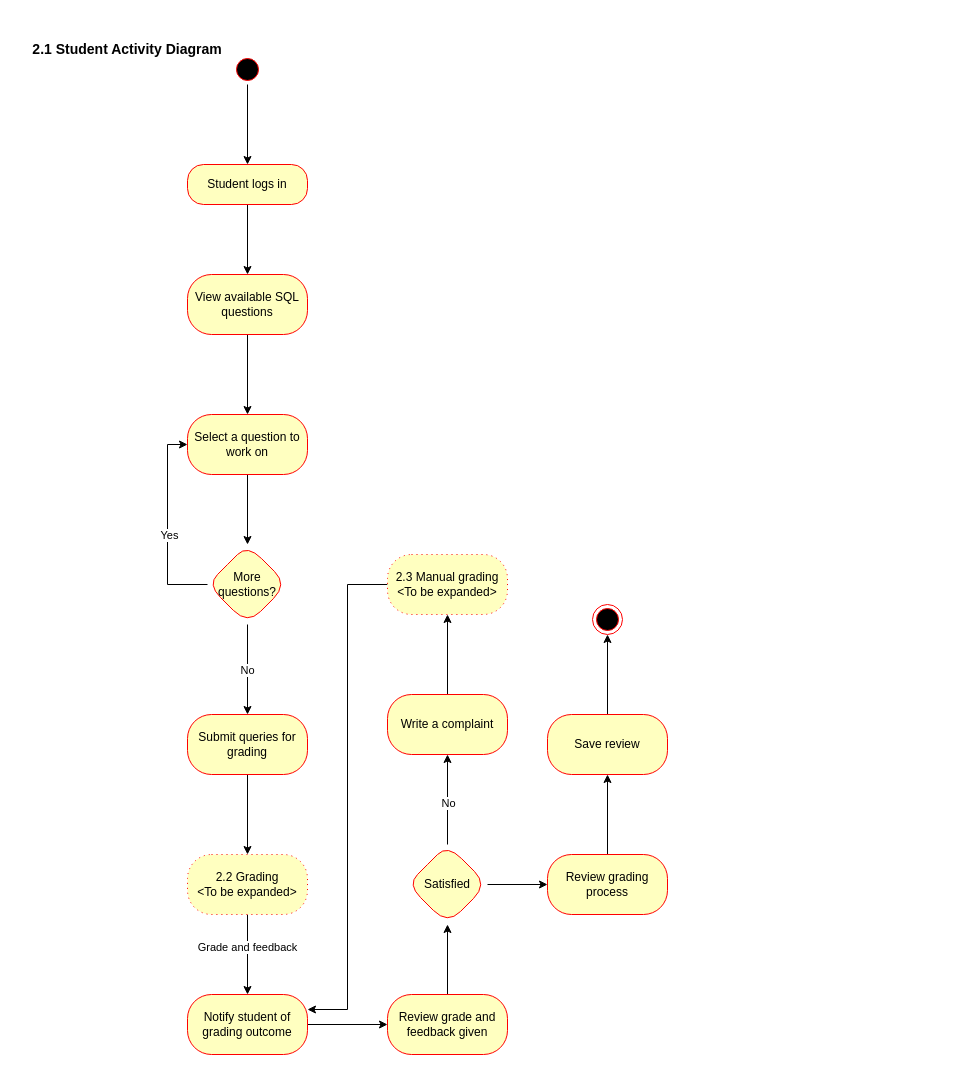
This is page "student_activity_diagram" (2 of 7) of uml.drawio from berniegach/uml_socoles, a draw.io file, before an edit. Source tidied: cells renumbered, new cells numbered last; positions are measured from the earlier drawing's top-left corner, leaving out a move shared by most shapes. Both pictures are drawn from the tidied source at 100%, with x=0, y=0 at pixel (17, 34).
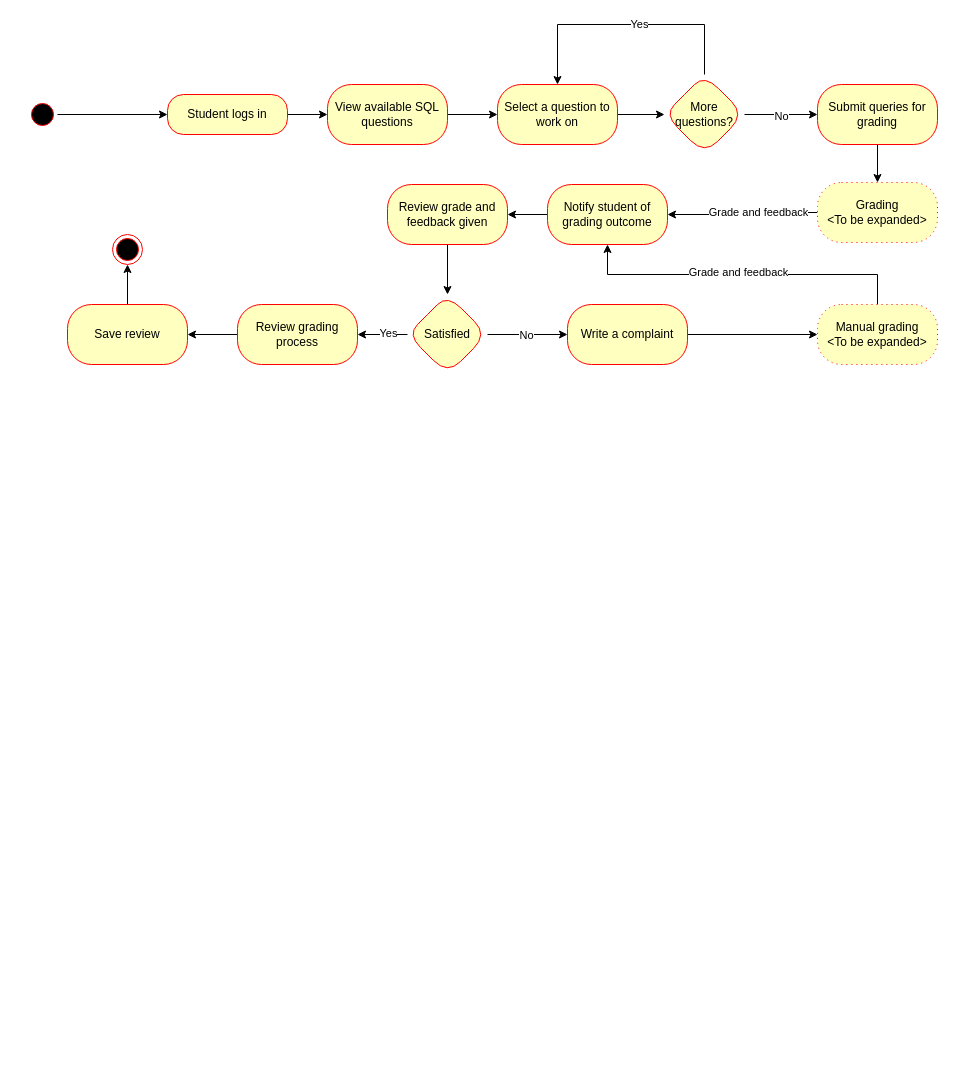
The same page after the edit.

The change refers to these unchanged cells:
```xml
<mxCell id="27" style="edgeStyle=orthogonalEdgeStyle;rounded=0;jettySize=auto;html=1;" parent="1" edge="1" source="28" target="34">
  <mxGeometry relative="1" as="geometry" />
</mxCell>
```

Change to the diagram source:
```diff
@@
-    <mxCell id="2" style="edgeStyle=orthogonalEdgeStyle;rounded=0;jettySize=auto;html=1;entryX=0.5;entryY=0;entryDx=0;entryDy=0;" parent="1" edge="1" source="3" target="6">
+    <mxCell id="2" style="edgeStyle=orthogonalEdgeStyle;rounded=0;jettySize=auto;html=1;" parent="1" edge="1" source="3" target="6">
       <mxGeometry relative="1" as="geometry" />
     </mxCell>
     <mxCell id="3" style="ellipse;html=1;shape=startState;fillColor=#000000;strokeColor=#ff0000;" parent="1" vertex="1">
-      <mxGeometry x="215" y="20" width="30" height="30" as="geometry" />
+      <mxGeometry x="10" y="65" width="30" height="30" as="geometry" />
     </mxCell>
-    <mxCell id="4" value="2.1 Student Activity Diagram" style="text;html=1;strokeColor=none;fillColor=none;align=center;verticalAlign=middle;whiteSpace=wrap;rounded=0;fontStyle=1;fontSize=14;" parent="1" vertex="1">
-      <mxGeometry width="220" height="30" as="geometry" />
-    </mxCell>
-    <mxCell id="5" style="edgeStyle=orthogonalEdgeStyle;rounded=0;jettySize=auto;html=1;" parent="1" edge="1" source="6" target="8">
+    <mxCell id="5" style="edgeStyle=orthogonalEdgeStyle;rounded=0;jettySize=auto;html=1;entryX=0;entryY=0.5;entryDx=0;entryDy=0;" parent="1" edge="1" source="6" target="8">
       <mxGeometry relative="1" as="geometry" />
     </mxCell>
     <mxCell id="6" value="Student logs in" style="rounded=1;whiteSpace=wrap;html=1;arcSize=40;fontColor=#000000;fillColor=#ffffc0;strokeColor=#ff0000;" parent="1" vertex="1">
-      <mxGeometry x="170" y="130" width="120" height="40" as="geometry" />
+      <mxGeometry x="150" y="60" width="120" height="40" as="geometry" />
     </mxCell>
@@
     <mxCell id="8" value="View available SQL questions" style="whiteSpace=wrap;html=1;fillColor=#ffffc0;strokeColor=#ff0000;fontColor=#000000;rounded=1;arcSize=40;" parent="1" vertex="1">
-      <mxGeometry x="170" y="240" width="120" height="60" as="geometry" />
+      <mxGeometry x="310" y="50" width="120" height="60" as="geometry" />
     </mxCell>
@@
     <mxCell id="10" value="Select a question to work on" style="whiteSpace=wrap;html=1;fillColor=#ffffc0;strokeColor=#ff0000;fontColor=#000000;rounded=1;arcSize=40;" parent="1" vertex="1">
-      <mxGeometry x="170" y="380" width="120" height="60" as="geometry" />
+      <mxGeometry x="480" y="50" width="120" height="60" as="geometry" />
     </mxCell>
@@
-    <mxCell id="13" style="edgeStyle=orthogonalEdgeStyle;rounded=0;jettySize=auto;html=1;entryX=0;entryY=0.5;entryDx=0;entryDy=0;" parent="1" edge="1" source="15" target="10">
+    <mxCell id="13" style="edgeStyle=orthogonalEdgeStyle;rounded=0;jettySize=auto;html=1;entryX=0.5;entryY=0;entryDx=0;entryDy=0;exitX=0.5;exitY=0;exitDx=0;exitDy=0;" parent="1" edge="1" source="15" target="10">
       <mxGeometry relative="1" as="geometry">
         <Array as="points">
-          <mxPoint x="150" y="550" />
-          <mxPoint x="150" y="410" />
+          <mxPoint x="687" y="-10" />
+          <mxPoint x="540" y="-10" />
         </Array>
       </mxGeometry>
     </mxCell>
@@
     <mxCell id="15" value="More questions?" style="rhombus;whiteSpace=wrap;html=1;fillColor=#ffffc0;strokeColor=#ff0000;fontColor=#000000;rounded=1;arcSize=40;" parent="1" vertex="1">
-      <mxGeometry x="190" y="510" width="80" height="80" as="geometry" />
+      <mxGeometry x="647" y="40" width="80" height="80" as="geometry" />
     </mxCell>
@@
     <mxCell id="17" value="Submit queries for grading" style="whiteSpace=wrap;html=1;fillColor=#ffffc0;strokeColor=#ff0000;fontColor=#000000;rounded=1;arcSize=40;" parent="1" vertex="1">
-      <mxGeometry x="170" y="680" width="120" height="60" as="geometry" />
+      <mxGeometry x="800" y="50" width="120" height="60" as="geometry" />
     </mxCell>
@@
-    <mxCell id="20" value="2.2 Grading&lt;br&gt;&amp;lt;To be expanded&amp;gt;" style="whiteSpace=wrap;html=1;fillColor=#ffffc0;strokeColor=#ff0000;fontColor=#000000;rounded=1;arcSize=40;gradientColor=none;dashed=1;dashPattern=1 4;" parent="1" vertex="1">
-      <mxGeometry x="170" y="820" width="120" height="60" as="geometry" />
+    <mxCell id="20" value="Grading&lt;br&gt;&amp;lt;To be expanded&amp;gt;" style="whiteSpace=wrap;html=1;fillColor=#ffffc0;strokeColor=#ff0000;fontColor=#000000;rounded=1;arcSize=40;gradientColor=none;dashed=1;dashPattern=1 4;" parent="1" vertex="1">
+      <mxGeometry x="800" y="148" width="120" height="60" as="geometry" />
     </mxCell>
@@
     <mxCell id="22" value="Notify student of grading outcome" style="whiteSpace=wrap;html=1;fillColor=#ffffc0;strokeColor=#ff0000;fontColor=#000000;rounded=1;arcSize=40;" parent="1" vertex="1">
-      <mxGeometry x="170" y="960" width="120" height="60" as="geometry" />
+      <mxGeometry x="530" y="150" width="120" height="60" as="geometry" />
     </mxCell>
@@
     <mxCell id="24" value="Review grade and feedback given" style="whiteSpace=wrap;html=1;fillColor=#ffffc0;strokeColor=#ff0000;fontColor=#000000;rounded=1;arcSize=40;" parent="1" vertex="1">
-      <mxGeometry x="370" y="960" width="120" height="60" as="geometry" />
+      <mxGeometry x="370" y="150" width="120" height="60" as="geometry" />
     </mxCell>
@@
+    <mxCell id="38" value="Yes" style="edgeLabel;html=1;align=center;verticalAlign=middle;" parent="27" vertex="1">
+      <mxGeometry x="-0.2" y="-2" relative="1" as="geometry" />
+    </mxCell>
     <mxCell id="28" value="Satisfied" style="rhombus;whiteSpace=wrap;html=1;fillColor=#ffffc0;strokeColor=#ff0000;fontColor=#000000;rounded=1;arcSize=40;" parent="1" vertex="1">
-      <mxGeometry x="390" y="810" width="80" height="80" as="geometry" />
+      <mxGeometry x="390" y="260" width="80" height="80" as="geometry" />
     </mxCell>
@@
     <mxCell id="30" value="Write a complaint" style="whiteSpace=wrap;html=1;fillColor=#ffffc0;strokeColor=#ff0000;fontColor=#000000;rounded=1;arcSize=40;" parent="1" vertex="1">
-      <mxGeometry x="370" y="660" width="120" height="60" as="geometry" />
+      <mxGeometry x="550" y="270" width="120" height="60" as="geometry" />
     </mxCell>
-    <mxCell id="31" style="edgeStyle=orthogonalEdgeStyle;rounded=0;jettySize=auto;html=1;entryX=1;entryY=0.25;entryDx=0;entryDy=0;" parent="1" edge="1" source="32" target="22">
+    <mxCell id="31" style="edgeStyle=orthogonalEdgeStyle;rounded=0;jettySize=auto;html=1;entryX=0.5;entryY=1;entryDx=0;entryDy=0;exitX=0.5;exitY=0;exitDx=0;exitDy=0;" parent="1" edge="1" source="32" target="22">
       <mxGeometry relative="1" as="geometry" />
     </mxCell>
+    <mxCell id="39" value="Grade and feedback" style="edgeLabel;html=1;align=center;verticalAlign=middle;" parent="31" vertex="1">
+      <mxGeometry x="0.03" y="-3" relative="1" as="geometry" />
+    </mxCell>
-    <mxCell id="32" value="2.3 Manual grading&lt;br&gt;&amp;lt;To be expanded&amp;gt;" style="whiteSpace=wrap;html=1;fillColor=#ffffc0;strokeColor=#ff0000;fontColor=#000000;rounded=1;arcSize=40;dashed=1;dashPattern=1 4;" parent="1" vertex="1">
-      <mxGeometry x="370" y="520" width="120" height="60" as="geometry" />
+    <mxCell id="32" value="Manual grading&lt;br&gt;&amp;lt;To be expanded&amp;gt;" style="whiteSpace=wrap;html=1;fillColor=#ffffc0;strokeColor=#ff0000;fontColor=#000000;rounded=1;arcSize=40;dashed=1;dashPattern=1 4;" parent="1" vertex="1">
+      <mxGeometry x="800" y="270" width="120" height="60" as="geometry" />
     </mxCell>
@@
     <mxCell id="34" value="Review grading process" style="whiteSpace=wrap;html=1;fillColor=#ffffc0;strokeColor=#ff0000;fontColor=#000000;rounded=1;arcSize=40;" parent="1" vertex="1">
-      <mxGeometry x="530" y="820" width="120" height="60" as="geometry" />
+      <mxGeometry x="220" y="270" width="120" height="60" as="geometry" />
     </mxCell>
@@
     <mxCell id="36" value="Save review" style="whiteSpace=wrap;html=1;fillColor=#ffffc0;strokeColor=#ff0000;fontColor=#000000;rounded=1;arcSize=40;" parent="1" vertex="1">
-      <mxGeometry x="530" y="680" width="120" height="60" as="geometry" />
+      <mxGeometry x="50" y="270" width="120" height="60" as="geometry" />
     </mxCell>
     <mxCell id="37" style="ellipse;html=1;shape=endState;fillColor=#000000;strokeColor=#ff0000;" parent="1" vertex="1">
-      <mxGeometry x="575" y="570" width="30" height="30" as="geometry" />
+      <mxGeometry x="95" y="200" width="30" height="30" as="geometry" />
     </mxCell>
```
